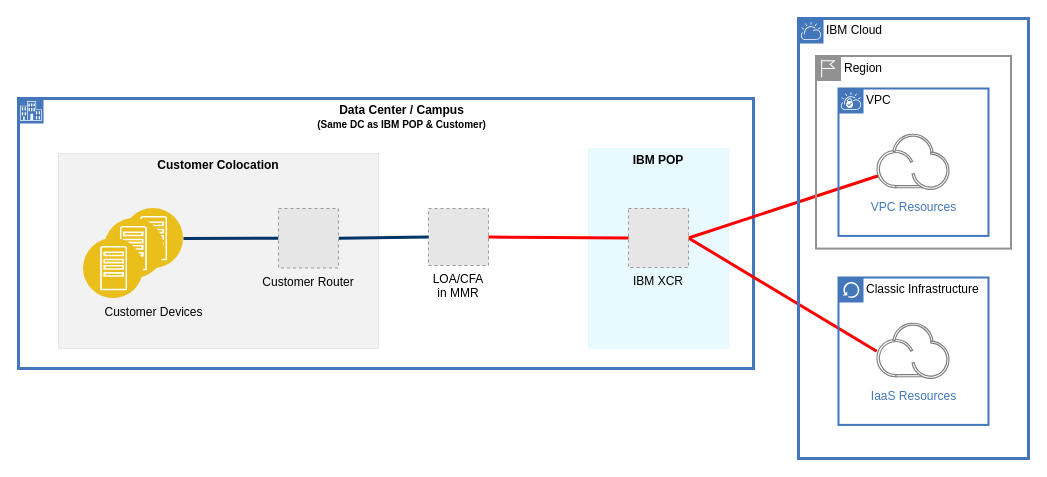
The draw.io diagram drawio/templates/ibm_direct_link_dedicated_customer_colocation.drawio in ibm-cloud-architecture/ibm-cloud-stencils, before the edit. Source tidied: cells renumbered, new cells numbered last; positions are measured from the earlier drawing's top-left corner, leaving out a move shared by most shapes. Both pictures are drawn from the tidied source at 100%, with x=0, y=0 at pixel (18, 18). Pictures stored in the file or linked from it are replaced by grey dashed boxes.
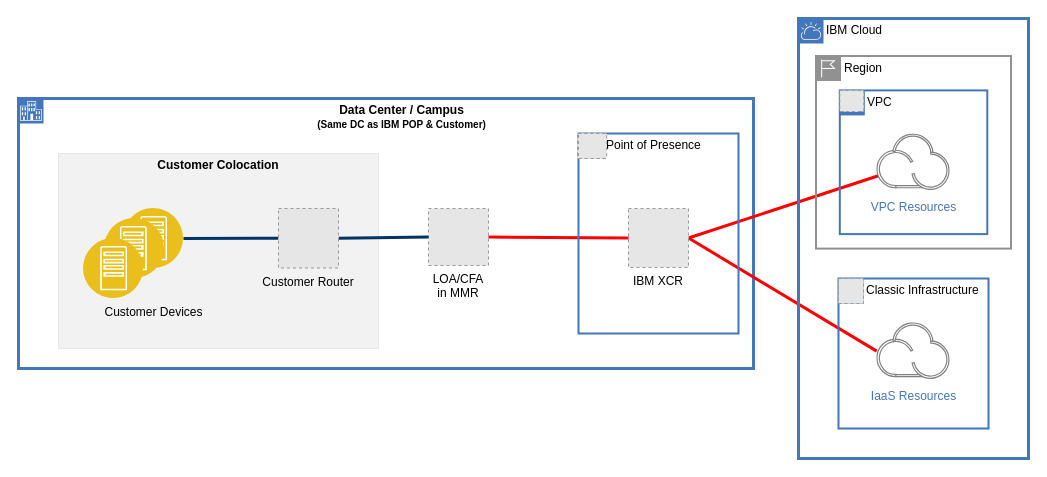
Above is the later version.

Unchanged cells that the change refers to:
```xml
<mxCell id="17" value="IBM Cloud" style="shape=mxgraph.ibm.box;prType=cloud;fontStyle=0;verticalAlign=top;align=left;spacingLeft=32;spacingTop=4;fillColor=none;rounded=0;whiteSpace=wrap;html=1;strokeColor=#4376BB;strokeWidth=3;dashed=0;spacing=-4;" parent="1" vertex="1">
  <mxGeometry x="780" width="230" height="440" as="geometry" />
</mxCell>
```

Change to the diagram source:
```diff
@@
-    <mxCell id="6" value="&lt;b&gt;IBM POP&lt;/b&gt;" style="fontStyle=0;verticalAlign=top;align=center;spacingTop=-2;fillColor=#DFF8FF;rounded=0;whiteSpace=wrap;html=1;strokeColor=#DFF8FF;strokeWidth=1;dashed=0;opacity=70;" parent="1" vertex="1">
-      <mxGeometry x="570" y="130" width="140" height="200" as="geometry" />
-    </mxCell>
@@
+    <mxCell id="20" value="Region" style="shape=mxgraph.ibm.box;prType=region;fontStyle=0;verticalAlign=top;align=left;spacingLeft=32;spacingTop=4;fillColor=none;rounded=0;whiteSpace=wrap;html=1;strokeColor=#919191;strokeWidth=2;dashed=0;spacing=-4;" parent="17" vertex="1">
+      <mxGeometry x="17.5" y="37.5" width="195" height="192.6" as="geometry" />
+    </mxCell>
+    <mxCell id="22" value="VPC Resources" style="perimeter=ellipsePerimeter;html=1;align=center;shadow=0;dashed=0;fontColor=#4277BB;labelBackgroundColor=#ffffff;fontSize=12;spacingTop=3;image;image=img/lib/ibm/miscellaneous/ibm_public_cloud.svg;" parent="20" vertex="1">
+      <mxGeometry x="60.7" y="77.9" width="73.7" height="56.7" as="geometry" />
+    </mxCell>
+    <mxCell id="21" value="VPC" style="shape=mxgraph.ibm.box;prType=vpc;fontStyle=0;verticalAlign=top;align=left;spacingLeft=32;spacingTop=4;fillColor=none;rounded=0;whiteSpace=wrap;html=1;strokeColor=#4376BB;strokeWidth=2;dashed=0;spacing=-4;" parent="20" vertex="1">
+      <mxGeometry x="23.8" y="34.4" width="147.5" height="143.7" as="geometry" />
+    </mxCell>
+    <mxCell id="23" style="fillColor=#E6E6E6;strokeColor=#999999;dashed=1;" parent="21" vertex="1">
+      <mxGeometry width="24" height="21.1" as="geometry" />
+    </mxCell>
+    <mxCell id="19" value="IaaS Resources" style="perimeter=ellipsePerimeter;html=1;align=center;shadow=0;dashed=0;fontColor=#4277BB;labelBackgroundColor=#ffffff;fontSize=12;spacingTop=3;image;image=img/lib/ibm/miscellaneous/ibm_public_cloud.svg;" parent="17" vertex="1">
+      <mxGeometry x="78.2" y="304.3" width="73.7" height="56.7" as="geometry" />
+    </mxCell>
     <mxCell id="18" value="Classic Infrastructure" style="shape=mxgraph.ibm.box;prType=classic;fontStyle=0;verticalAlign=top;align=left;spacingLeft=32;spacingTop=4;fillColor=none;rounded=0;whiteSpace=wrap;html=1;strokeColor=#4376BB;strokeWidth=2;dashed=0;spacing=-4;" parent="17" vertex="1">
-      <mxGeometry x="40" y="259" width="150" height="147.4" as="geometry" />
+      <mxGeometry x="40" y="260" width="150" height="150" as="geometry" />
     </mxCell>
-    <mxCell id="19" value="IaaS Resources" style="perimeter=ellipsePerimeter;html=1;align=center;shadow=0;dashed=0;fontColor=#4277BB;labelBackgroundColor=#ffffff;fontSize=12;spacingTop=3;image;image=img/lib/ibm/miscellaneous/ibm_public_cloud.svg;" parent="18" vertex="1">
-      <mxGeometry x="38.2" y="45.4" width="73.7" height="56.7" as="geometry" />
-    </mxCell>
-    <mxCell id="20" value="Region" style="shape=mxgraph.ibm.box;prType=region;fontStyle=0;verticalAlign=top;align=left;spacingLeft=32;spacingTop=4;fillColor=none;rounded=0;whiteSpace=wrap;html=1;strokeColor=#919191;strokeWidth=2;dashed=0;spacing=-4;" parent="17" vertex="1">
-      <mxGeometry x="17.5" y="37.5" width="195" height="192.6" as="geometry" />
-    </mxCell>
-    <mxCell id="21" value="VPC" style="shape=mxgraph.ibm.box;prType=vpc;fontStyle=0;verticalAlign=top;align=left;spacingLeft=32;spacingTop=4;fillColor=none;rounded=0;whiteSpace=wrap;html=1;strokeColor=#4376BB;strokeWidth=2;dashed=0;spacing=-4;" parent="20" vertex="1">
-      <mxGeometry x="22.5" y="32.5" width="150" height="147.4" as="geometry" />
-    </mxCell>
-    <mxCell id="22" value="VPC Resources" style="perimeter=ellipsePerimeter;html=1;align=center;shadow=0;dashed=0;fontColor=#4277BB;labelBackgroundColor=#ffffff;fontSize=12;spacingTop=3;image;image=img/lib/ibm/miscellaneous/ibm_public_cloud.svg;" parent="21" vertex="1">
-      <mxGeometry x="38.2" y="45.4" width="73.7" height="56.7" as="geometry" />
-    </mxCell>
+    <mxCell id="24" style="fillColor=#E6E6E6;strokeColor=#999999;dashed=1;verticalLabelPosition=bottom;labelBackgroundColor=#ffffff;verticalAlign=top;" parent="18" vertex="1">
+      <mxGeometry width="25" height="25" as="geometry" />
+    </mxCell>
+    <mxCell id="25" value="Point of Presence" style="shape=mxgraph.ibm.box;prType=pop;fontStyle=0;verticalAlign=top;align=left;spacingLeft=32;spacingTop=4;fillColor=none;rounded=0;whiteSpace=wrap;html=1;strokeColor=#4376BB;strokeWidth=2;dashed=0;spacing=-4;" parent="1" vertex="1">
+      <mxGeometry x="560" y="115" width="160" height="200" as="geometry" />
+    </mxCell>
+    <mxCell id="26" style="fillColor=#E6E6E6;strokeColor=#999999;dashed=1;verticalLabelPosition=bottom;labelBackgroundColor=#ffffff;verticalAlign=top;" parent="25" vertex="1">
+      <mxGeometry width="25" height="25" as="geometry" />
+    </mxCell>
+    <mxCell id="27" style="fillColor=#E6E6E6;strokeColor=#999999;dashed=1;" parent="25" vertex="1">
+      <mxGeometry x="-1" width="28.1" height="25" as="geometry" />
+    </mxCell>
+    <mxCell id="28" style="fillColor=#E6E6E6;strokeColor=#999999;dashed=1;" parent="25" vertex="1">
+      <mxGeometry width="28.2" height="25" as="geometry" />
+    </mxCell>
```
